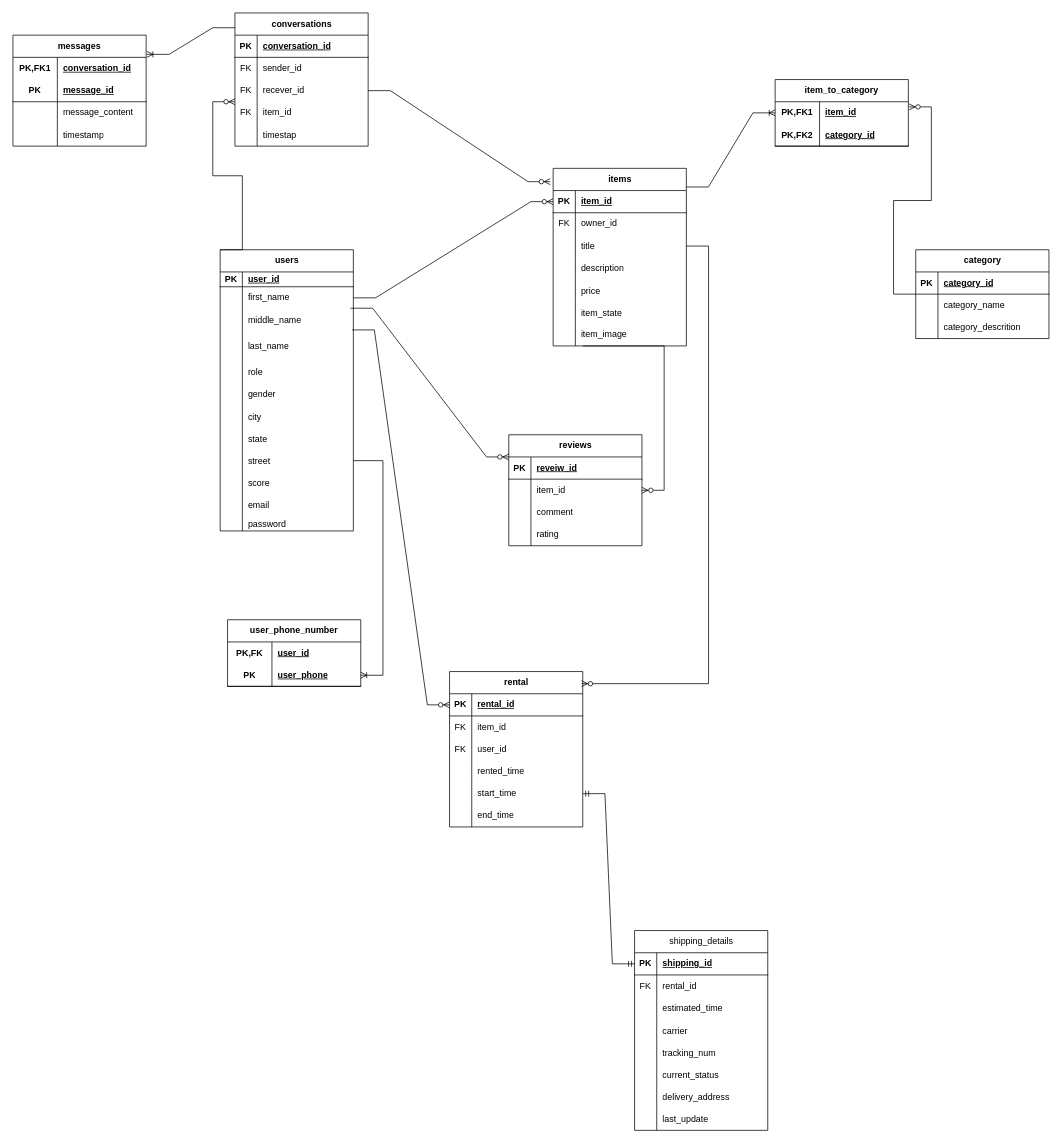
The draw.io diagram documents/relational_model.drawio in ZiadMostafaGit/graduation-project, before the edit. Source tidied: cells renumbered, new cells numbered last; positions are measured from the earlier drawing's top-left corner, leaving out a move shared by most shapes. Both pictures are drawn from the tidied source at 74%, with x=0, y=0 at pixel (13, -195).
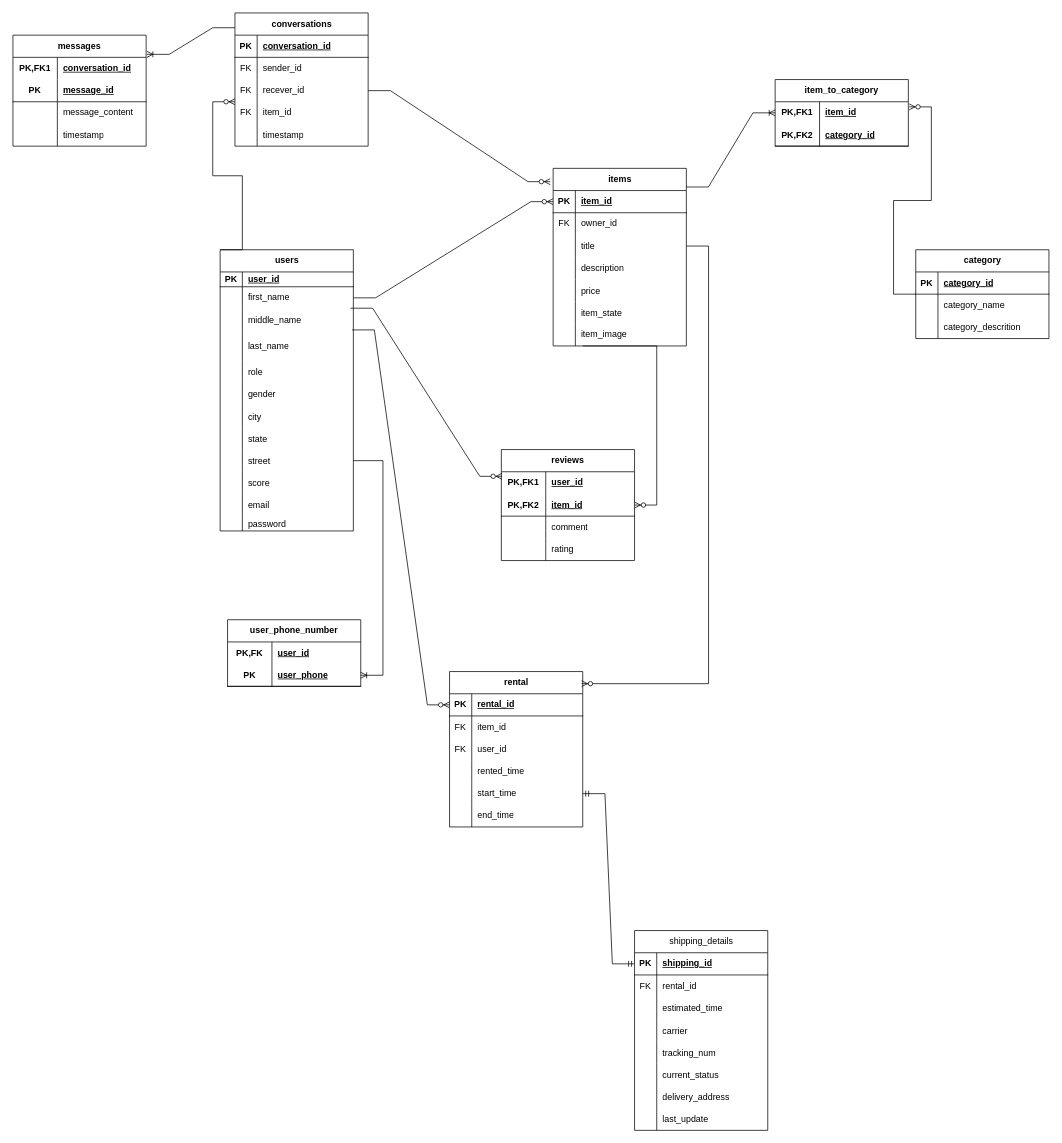
The same page after the edit.

The change refers to these unchanged cells:
```xml
<mxCell id="6" style="shape=tableRow;horizontal=0;startSize=0;swimlaneHead=0;swimlaneBody=0;fillColor=none;points=[[0,0.5],[1,0.5]];portConstraint=eastwest;top=0;left=0;right=0;bottom=0;" parent="2" vertex="1">
  <mxGeometry y="50" width="180" height="30" as="geometry" />
</mxCell>
<mxCell id="104" style="shape=tableRow;horizontal=0;startSize=0;swimlaneHead=0;swimlaneBody=0;fillColor=none;top=0;left=0;right=0;bottom=0;" parent="91" vertex="1">
  <mxGeometry y="150" width="180" height="30" as="geometry" />
</mxCell>
```

Change to the diagram source:
```diff
@@
-    <mxCell id="78" value="reviews" style="shape=table;startSize=30;childLayout=tableLayout;rowLines=0;fontStyle=1;align=center;html=1;" parent="1" vertex="1">
-      <mxGeometry x="670" y="850" width="180" height="150" as="geometry" />
-    </mxCell>
-    <mxCell id="79" style="shape=tableRow;horizontal=0;startSize=0;swimlaneHead=0;swimlaneBody=0;fillColor=none;points=[[0,0.5],[1,0.5]];portConstraint=eastwest;top=0;left=0;right=0;bottom=1;" parent="78" vertex="1">
-      <mxGeometry y="30" width="180" height="30" as="geometry" />
-    </mxCell>
-    <mxCell id="80" value="PK" style="shape=partialRectangle;fillColor=none;top=0;left=0;bottom=0;right=0;fontStyle=1;overflow=hidden;whiteSpace=wrap;html=1;" parent="79" vertex="1">
-      <mxGeometry width="30" height="30" as="geometry" />
-    </mxCell>
-    <mxCell id="81" value="reveiw_id" style="shape=partialRectangle;fillColor=none;top=0;left=0;bottom=0;right=0;align=left;spacingLeft=6;fontStyle=5;overflow=hidden;whiteSpace=wrap;html=1;" parent="79" vertex="1">
-      <mxGeometry x="30" width="150" height="30" as="geometry" />
-    </mxCell>
-    <mxCell id="82" style="shape=tableRow;horizontal=0;startSize=0;swimlaneHead=0;swimlaneBody=0;fillColor=none;top=0;left=0;right=0;bottom=0;" parent="78" vertex="1">
-      <mxGeometry y="60" width="180" height="30" as="geometry" />
-    </mxCell>
-    <mxCell id="83" style="shape=partialRectangle;fillColor=none;top=0;left=0;bottom=0;right=0;overflow=hidden;whiteSpace=wrap;html=1;" parent="82" vertex="1">
-      <mxGeometry width="30" height="30" as="geometry" />
-    </mxCell>
-    <mxCell id="84" value="item_id" style="shape=partialRectangle;fillColor=none;top=0;left=0;bottom=0;right=0;align=left;spacingLeft=6;overflow=hidden;whiteSpace=wrap;html=1;" parent="82" vertex="1">
-      <mxGeometry x="30" width="150" height="30" as="geometry" />
-    </mxCell>
-    <mxCell id="85" style="shape=tableRow;horizontal=0;startSize=0;swimlaneHead=0;swimlaneBody=0;fillColor=none;top=0;left=0;right=0;bottom=0;" parent="78" vertex="1">
-      <mxGeometry y="90" width="180" height="30" as="geometry" />
-    </mxCell>
-    <mxCell id="86" style="shape=partialRectangle;fillColor=none;top=0;left=0;bottom=0;right=0;overflow=hidden;whiteSpace=wrap;html=1;" parent="85" vertex="1">
-      <mxGeometry width="30" height="30" as="geometry" />
-    </mxCell>
-    <mxCell id="87" value="comment" style="shape=partialRectangle;fillColor=none;top=0;left=0;bottom=0;right=0;align=left;spacingLeft=6;overflow=hidden;whiteSpace=wrap;html=1;" parent="85" vertex="1">
-      <mxGeometry x="30" width="150" height="30" as="geometry" />
-    </mxCell>
-    <mxCell id="88" style="shape=tableRow;horizontal=0;startSize=0;swimlaneHead=0;swimlaneBody=0;fillColor=none;top=0;left=0;right=0;bottom=0;" parent="78" vertex="1">
-      <mxGeometry y="120" width="180" height="30" as="geometry" />
-    </mxCell>
-    <mxCell id="89" style="shape=partialRectangle;fillColor=none;top=0;left=0;bottom=0;right=0;overflow=hidden;whiteSpace=wrap;html=1;" parent="88" vertex="1">
-      <mxGeometry width="30" height="30" as="geometry" />
-    </mxCell>
-    <mxCell id="90" value="rating" style="shape=partialRectangle;fillColor=none;top=0;left=0;bottom=0;right=0;align=left;spacingLeft=6;overflow=hidden;whiteSpace=wrap;html=1;" parent="88" vertex="1">
-      <mxGeometry x="30" width="150" height="30" as="geometry" />
-    </mxCell>
@@
-    <mxCell id="106" value="timestap" style="shape=partialRectangle;fillColor=none;top=0;left=0;bottom=0;right=0;align=left;spacingLeft=6;overflow=hidden;whiteSpace=wrap;html=1;" parent="104" vertex="1">
+    <mxCell id="106" value="timestamp" style="shape=partialRectangle;fillColor=none;top=0;left=0;bottom=0;right=0;align=left;spacingLeft=6;overflow=hidden;whiteSpace=wrap;html=1;" parent="104" vertex="1">
       <mxGeometry x="30" width="150" height="30" as="geometry" />
     </mxCell>
@@
-    <mxCell id="181" style="edgeStyle=entityRelationEdgeStyle;fontSize=12;html=1;endArrow=ERzeroToMany;endFill=1;rounded=0;exitX=0.978;exitY=0.967;exitDx=0;exitDy=0;exitPerimeter=0;entryX=0;entryY=0;entryDx=0;entryDy=0;entryPerimeter=0;" parent="1" edge="1" source="6" target="79">
-      <mxGeometry relative="1" as="geometry" />
+    <mxCell id="181" style="edgeStyle=entityRelationEdgeStyle;fontSize=12;html=1;endArrow=ERzeroToMany;endFill=1;rounded=0;exitX=0.978;exitY=0.967;exitDx=0;exitDy=0;exitPerimeter=0;entryX=0.005;entryY=0.206;entryDx=0;entryDy=0;entryPerimeter=0;" parent="1" edge="1" source="6" target="183">
+      <mxGeometry relative="1" as="geometry">
+        <Array as="points">
+          <mxPoint x="650" y="895" />
+        </Array>
+      </mxGeometry>
     </mxCell>
@@
+    <mxCell id="78" value="reviews" style="shape=table;startSize=30;childLayout=tableLayout;rowLines=0;fontStyle=1;align=center;html=1;whiteSpace=wrap;" parent="1" vertex="1">
+      <mxGeometry x="660" y="870" width="180" height="150" as="geometry" />
+    </mxCell>
+    <mxCell id="183" style="shape=tableRow;horizontal=0;startSize=0;swimlaneHead=0;swimlaneBody=0;fillColor=none;points=[[0,0.5],[1,0.5]];portConstraint=eastwest;top=0;left=0;right=0;bottom=0;html=1;" parent="78" vertex="1">
+      <mxGeometry y="30" width="180" height="30" as="geometry" />
+    </mxCell>
+    <mxCell id="184" value="PK,FK1" style="shape=partialRectangle;fillColor=none;top=0;left=0;bottom=0;right=0;fontStyle=1;overflow=hidden;html=1;whiteSpace=wrap;" parent="183" vertex="1">
+      <mxGeometry width="60" height="30" as="geometry" />
+    </mxCell>
+    <mxCell id="185" value="user_id" style="shape=partialRectangle;fillColor=none;top=0;left=0;bottom=0;right=0;align=left;spacingLeft=6;fontStyle=5;overflow=hidden;html=1;whiteSpace=wrap;" parent="183" vertex="1">
+      <mxGeometry x="60" width="120" height="30" as="geometry" />
+    </mxCell>
+    <mxCell id="186" style="shape=tableRow;horizontal=0;startSize=0;swimlaneHead=0;swimlaneBody=0;fillColor=none;top=0;left=0;right=0;bottom=1;html=1;" parent="78" vertex="1">
+      <mxGeometry y="60" width="180" height="30" as="geometry" />
+    </mxCell>
+    <mxCell id="187" value="PK,FK2" style="shape=partialRectangle;fillColor=none;top=0;left=0;bottom=0;right=0;fontStyle=1;overflow=hidden;html=1;whiteSpace=wrap;" parent="186" vertex="1">
+      <mxGeometry width="60" height="30" as="geometry" />
+    </mxCell>
+    <mxCell id="84" value="item_id" style="shape=partialRectangle;fillColor=none;top=0;left=0;bottom=0;right=0;align=left;spacingLeft=6;fontStyle=5;overflow=hidden;html=1;whiteSpace=wrap;" parent="186" vertex="1">
+      <mxGeometry x="60" width="120" height="30" as="geometry" />
+    </mxCell>
+    <mxCell id="188" style="shape=tableRow;horizontal=0;startSize=0;swimlaneHead=0;swimlaneBody=0;fillColor=none;top=0;left=0;right=0;bottom=0;html=1;" parent="78" vertex="1">
+      <mxGeometry y="90" width="180" height="30" as="geometry" />
+    </mxCell>
+    <mxCell id="189" style="shape=partialRectangle;fillColor=none;top=0;left=0;bottom=0;right=0;overflow=hidden;html=1;whiteSpace=wrap;" parent="188" vertex="1">
+      <mxGeometry width="60" height="30" as="geometry" />
+    </mxCell>
+    <mxCell id="87" value="comment" style="shape=partialRectangle;fillColor=none;top=0;left=0;bottom=0;right=0;align=left;spacingLeft=6;overflow=hidden;html=1;whiteSpace=wrap;" parent="188" vertex="1">
+      <mxGeometry x="60" width="120" height="30" as="geometry" />
+    </mxCell>
+    <mxCell id="190" style="shape=tableRow;horizontal=0;startSize=0;swimlaneHead=0;swimlaneBody=0;fillColor=none;top=0;left=0;right=0;bottom=0;html=1;" parent="78" vertex="1">
+      <mxGeometry y="120" width="180" height="30" as="geometry" />
+    </mxCell>
+    <mxCell id="191" style="shape=partialRectangle;fillColor=none;top=0;left=0;bottom=0;right=0;overflow=hidden;html=1;whiteSpace=wrap;" parent="190" vertex="1">
+      <mxGeometry width="60" height="30" as="geometry" />
+    </mxCell>
+    <mxCell id="90" value="rating" style="shape=partialRectangle;fillColor=none;top=0;left=0;bottom=0;right=0;align=left;spacingLeft=6;overflow=hidden;html=1;whiteSpace=wrap;" parent="190" vertex="1">
+      <mxGeometry x="60" width="120" height="30" as="geometry" />
+    </mxCell>
```
